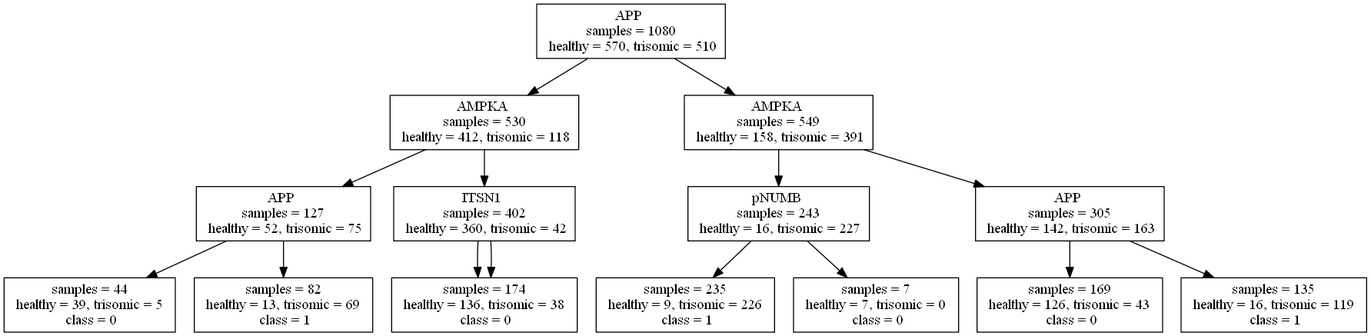
Before: tree4b.png, a diagram exported from Graphviz (chapmacl/TDIDT-Decision-Tree). Its source is kept beside it as tree4b.dot.
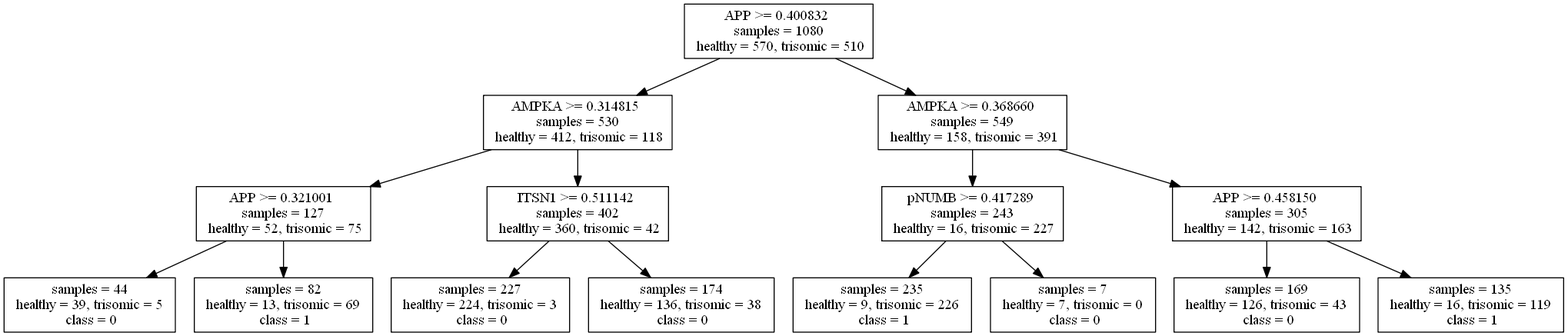
Later version of the same file.

The edit, as a diff of the source:
```diff
@@ -1,76 +1,76 @@
 digraph {
 	node [shape=box]
-	APP_1080 [label="APP
+	APP_1080 [label="APP >= 0.400832
  samples = 1080
  healthy = 570, trisomic = 510"]
 	node [shape=box]
-	AMPKA_530 [label="AMPKA
+	AMPKA_530 [label="AMPKA >= 0.314815
  samples = 530
  healthy = 412, trisomic = 118"]
 	APP_1080 -> AMPKA_530
 	node [shape=box]
-	APP_127 [label="APP
+	APP_127 [label="APP >= 0.321001
  samples = 127
  healthy = 52, trisomic = 75"]
 	AMPKA_530 -> APP_127
 	node [shape=box]
-	APP_127j [label=" samples = 44
+	APP_127z [label=" samples = 44
  healthy = 39, trisomic = 5
  class = 0"]
-	APP_127 -> APP_127j
+	APP_127 -> APP_127z
 	node [shape=box]
-	APP_127m [label=" samples = 82
+	APP_127t [label=" samples = 82
  healthy = 13, trisomic = 69
  class = 1"]
-	APP_127 -> APP_127m
+	APP_127 -> APP_127t
 	node [shape=box]
-	ITSN1_402 [label="ITSN1
+	ITSN1_402 [label="ITSN1 >= 0.511142
  samples = 402
  healthy = 360, trisomic = 42"]
 	AMPKA_530 -> ITSN1_402
 	node [shape=box]
-	ITSN1_402s [label=" samples = 227
+	ITSN1_4027 [label=" samples = 227
  healthy = 224, trisomic = 3
  class = 0"]
-	ITSN1_402 -> ITSN1_402s
+	ITSN1_402 -> ITSN1_4027
 	node [shape=box]
 	ITSN1_402s [label=" samples = 174
  healthy = 136, trisomic = 38
  class = 0"]
 	ITSN1_402 -> ITSN1_402s
 	node [shape=box]
-	AMPKA_549 [label="AMPKA
+	AMPKA_549 [label="AMPKA >= 0.368660
  samples = 549
  healthy = 158, trisomic = 391"]
 	APP_1080 -> AMPKA_549
 	node [shape=box]
-	pNUMB_243 [label="pNUMB
+	pNUMB_243 [label="pNUMB >= 0.417289
  samples = 243
  healthy = 16, trisomic = 227"]
 	AMPKA_549 -> pNUMB_243
 	node [shape=box]
-	pNUMB_2436 [label=" samples = 235
+	pNUMB_243d [label=" samples = 235
  healthy = 9, trisomic = 226
  class = 1"]
-	pNUMB_243 -> pNUMB_2436
+	pNUMB_243 -> pNUMB_243d
 	node [shape=box]
-	pNUMB_243i [label=" samples = 7
+	pNUMB_243w [label=" samples = 7
  healthy = 7, trisomic = 0
  class = 0"]
-	pNUMB_243 -> pNUMB_243i
+	pNUMB_243 -> pNUMB_243w
 	node [shape=box]
-	APP_305 [label="APP
+	APP_305 [label="APP >= 0.458150
  samples = 305
  healthy = 142, trisomic = 163"]
 	AMPKA_549 -> APP_305
 	node [shape=box]
-	APP_3057 [label=" samples = 169
+	APP_3054 [label=" samples = 169
  healthy = 126, trisomic = 43
  class = 0"]
-	APP_305 -> APP_3057
+	APP_305 -> APP_3054
 	node [shape=box]
-	APP_305c [label=" samples = 135
+	APP_305u [label=" samples = 135
  healthy = 16, trisomic = 119
  class = 1"]
-	APP_305 -> APP_305c
+	APP_305 -> APP_305u
 }
```
